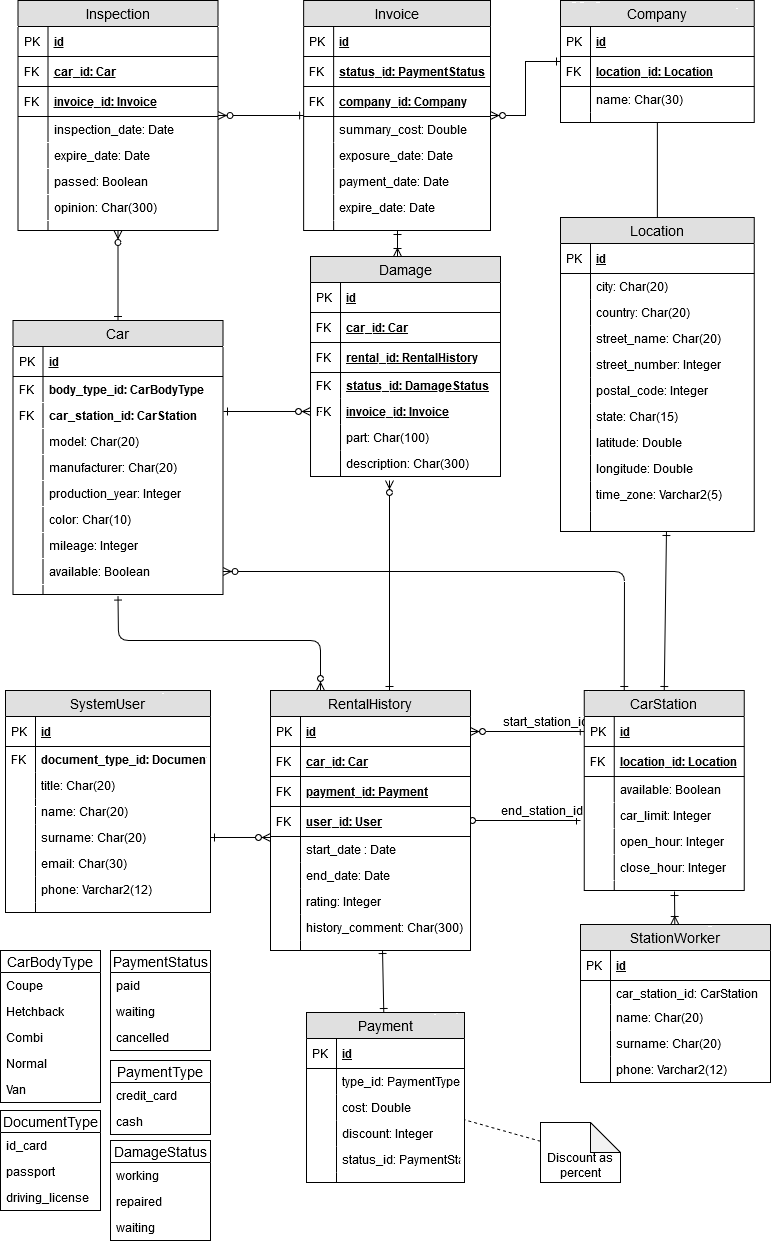
The draw.io diagram ERD.png in mosurekImagination/ZSBD-studies-course, before a commit. Source tidied: cells renumbered, new cells last; positions are measured from the earlier drawing's top-left corner, leaving out a move shared by most shapes.
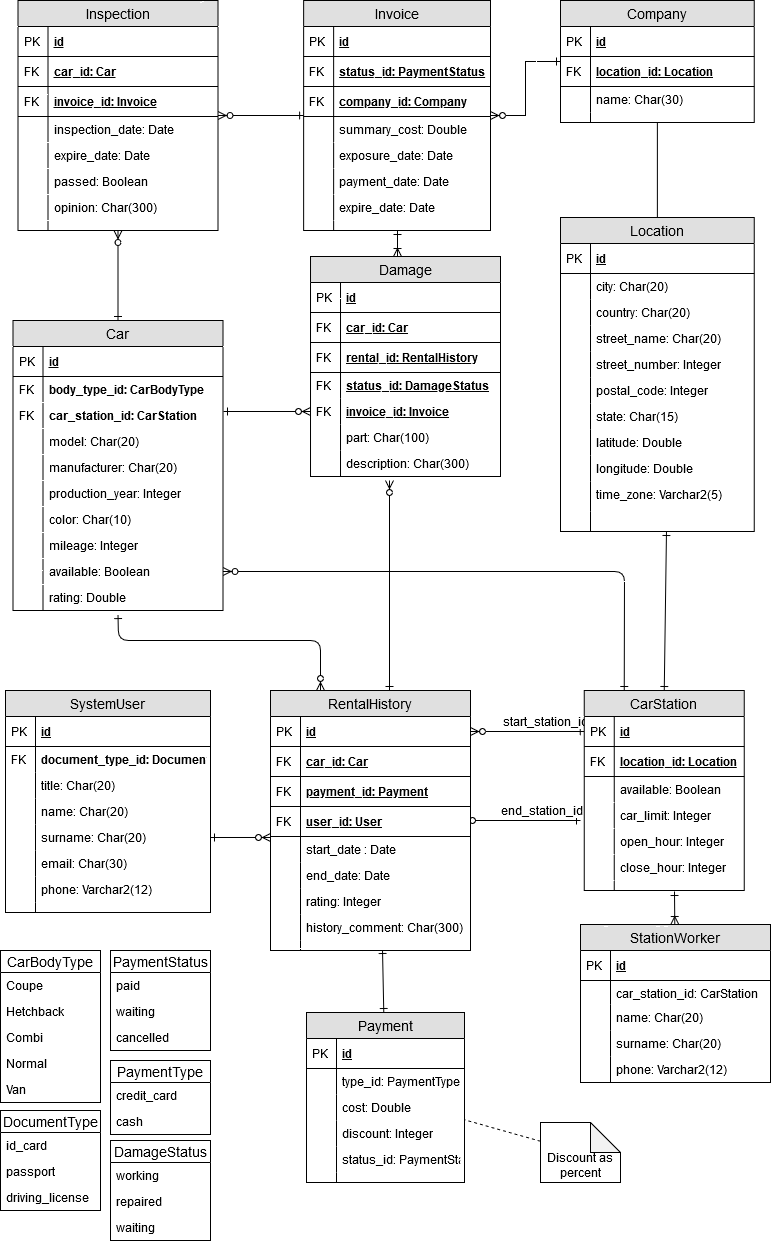
After the commit.

Commit message:
Added rating to Car table

Diff of the diagram source:
```diff
@@ -577,7 +577,7 @@
       </mxGeometry>
     </mxCell>
     <mxCell id="185" value="Car" style="swimlane;fontStyle=0;horizontal=1;startSize=26;fillColor=#e0e0e0;swimlaneFillColor=#ffffff;align=center;fontSize=14;" parent="1" vertex="1">
-      <mxGeometry x="12.5" y="320" width="210" height="274" as="geometry" />
+      <mxGeometry x="12.5" y="320" width="210" height="290" as="geometry" />
     </mxCell>
     <mxCell id="186" value="id" style="shape=partialRectangle;top=0;left=0;right=0;bottom=1;align=left;verticalAlign=middle;fillColor=none;spacingLeft=34;spacingRight=4;overflow=hidden;fontStyle=5;fontSize=12;" parent="185" vertex="1">
       <mxGeometry y="26" width="210" height="30" as="geometry" />
@@ -633,11 +633,11 @@
     <mxCell id="203" style="shape=partialRectangle;top=0;left=0;bottom=0;fillColor=none;align=left;verticalAlign=top;spacingLeft=4;spacingRight=4;overflow=hidden;fontSize=12;" parent="202" vertex="1">
       <mxGeometry width="30" height="26" as="geometry" />
     </mxCell>
-    <mxCell id="204" style="shape=partialRectangle;top=0;left=0;right=0;bottom=0;align=left;verticalAlign=top;fillColor=none;spacingLeft=34;spacingRight=4;overflow=hidden;points=[[0,0.5],[1,0.5]];portConstraint=eastwest;fontSize=12;" parent="185" vertex="1">
-      <mxGeometry y="264" width="210" height="10" as="geometry" />
+    <mxCell id="204" value="rating: Double" style="shape=partialRectangle;top=0;left=0;right=0;bottom=0;align=left;verticalAlign=top;fillColor=none;spacingLeft=34;spacingRight=4;overflow=hidden;points=[[0,0.5],[1,0.5]];portConstraint=eastwest;fontSize=12;" parent="185" vertex="1">
+      <mxGeometry y="264" width="210" height="26" as="geometry" />
     </mxCell>
     <mxCell id="205" style="shape=partialRectangle;top=0;left=0;bottom=0;fillColor=none;align=left;verticalAlign=top;spacingLeft=4;spacingRight=4;overflow=hidden;fontSize=12;" parent="204" vertex="1">
-      <mxGeometry width="30" height="10" as="geometry" />
+      <mxGeometry width="30" height="26" as="geometry" />
     </mxCell>
     <mxCell id="206" value="Payment" style="swimlane;fontStyle=0;horizontal=1;startSize=26;fillColor=#e0e0e0;swimlaneFillColor=#ffffff;align=center;fontSize=14;" parent="1" vertex="1">
       <mxGeometry x="306" y="1012" width="158" height="170" as="geometry" />
```
